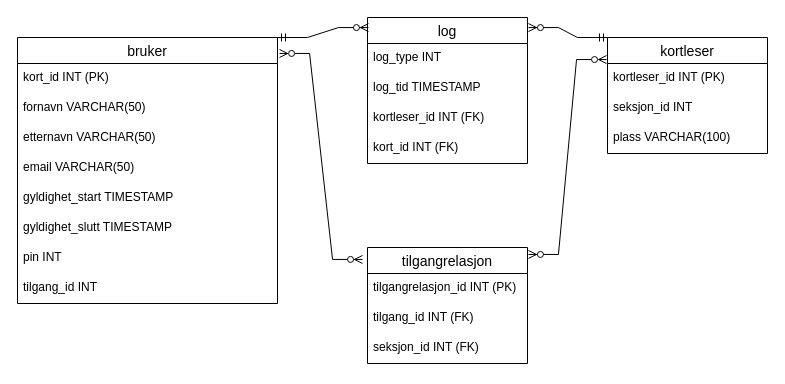
This is adgangskontroller_DB/adgangskontroller-ER-needswork.drawio from Le5ule/Adgangskontroll, a draw.io file, before an edit. Source tidied: cells renumbered, new cells numbered last; positions are measured from the earlier drawing's top-left corner, leaving out a move shared by most shapes. Both pictures are drawn from the tidied source at 100%, with x=0, y=0 at pixel (17, 17).
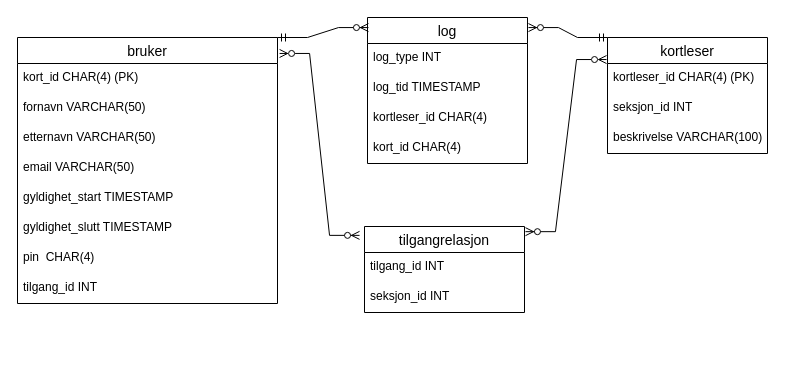
Above is the later version.

Unchanged cells that the change refers to:
```xml
<mxCell id="2" value="bruker" style="swimlane;fontStyle=0;horizontal=1;startSize=26;align=center;fontSize=14;" parent="1" vertex="1">
  <mxGeometry y="20" width="260" height="266" as="geometry" />
</mxCell>
<mxCell id="11" value="log" style="swimlane;fontStyle=0;horizontal=1;startSize=26;align=center;fontSize=14;" parent="1" vertex="1">
  <mxGeometry x="350" width="160" height="146" as="geometry" />
</mxCell>
<mxCell id="20" value="kortleser" style="swimlane;fontStyle=0;horizontal=1;startSize=26;align=center;fontSize=14;" parent="1" vertex="1">
  <mxGeometry x="590" y="20" width="160" height="116" as="geometry" />
</mxCell>
```

What changed in the source:
```diff
@@
-    <mxCell id="3" value="kort_id INT (PK)" style="text;strokeColor=none;fillColor=none;spacingLeft=4;spacingRight=4;overflow=hidden;fontSize=12;whiteSpace=wrap;html=1;" parent="2" vertex="1">
+    <mxCell id="3" value="kort_id CHAR(4) (PK)" style="text;strokeColor=none;fillColor=none;spacingLeft=4;spacingRight=4;overflow=hidden;fontSize=12;whiteSpace=wrap;html=1;" parent="2" vertex="1">
       <mxGeometry y="26" width="260" height="30" as="geometry" />
     </mxCell>
@@
-    <mxCell id="9" value="pin INT" style="text;strokeColor=none;fillColor=none;spacingLeft=4;spacingRight=4;overflow=hidden;fontSize=12;whiteSpace=wrap;html=1;" parent="2" vertex="1">
+    <mxCell id="9" value="pin&amp;nbsp; CHAR(4)" style="text;strokeColor=none;fillColor=none;spacingLeft=4;spacingRight=4;overflow=hidden;fontSize=12;whiteSpace=wrap;html=1;" parent="2" vertex="1">
       <mxGeometry y="206" width="260" height="30" as="geometry" />
     </mxCell>
@@
-    <mxCell id="14" value="kortleser_id INT (FK)" style="text;strokeColor=none;fillColor=none;spacingLeft=4;spacingRight=4;overflow=hidden;fontSize=12;whiteSpace=wrap;html=1;" parent="11" vertex="1">
+    <mxCell id="14" value="kortleser_id CHAR(4)" style="text;strokeColor=none;fillColor=none;spacingLeft=4;spacingRight=4;overflow=hidden;fontSize=12;whiteSpace=wrap;html=1;" parent="11" vertex="1">
       <mxGeometry y="86" width="160" height="30" as="geometry" />
     </mxCell>
-    <mxCell id="15" value="kort_id INT (FK)" style="text;strokeColor=none;fillColor=none;spacingLeft=4;spacingRight=4;overflow=hidden;fontSize=12;whiteSpace=wrap;html=1;" parent="11" vertex="1">
+    <mxCell id="15" value="kort_id CHAR(4)" style="text;strokeColor=none;fillColor=none;spacingLeft=4;spacingRight=4;overflow=hidden;fontSize=12;whiteSpace=wrap;html=1;" parent="11" vertex="1">
       <mxGeometry y="116" width="160" height="30" as="geometry" />
     </mxCell>
     <mxCell id="16" value="tilgangrelasjon" style="swimlane;fontStyle=0;horizontal=1;startSize=26;align=center;fontSize=14;rounded=0;" parent="1" vertex="1">
-      <mxGeometry x="350" y="230" width="160" height="116" as="geometry" />
+      <mxGeometry x="347" y="209" width="160" height="86" as="geometry" />
     </mxCell>
-    <mxCell id="17" value="tilgangrelasjon_id INT (PK)" style="text;strokeColor=none;fillColor=none;spacingLeft=4;spacingRight=4;overflow=hidden;fontSize=12;whiteSpace=wrap;html=1;" parent="16" vertex="1">
-      <mxGeometry y="26" width="160" height="30" as="geometry" />
-    </mxCell>
-    <mxCell id="18" value="tilgang_id INT (FK)" style="text;strokeColor=none;fillColor=none;spacingLeft=4;spacingRight=4;overflow=hidden;fontSize=12;whiteSpace=wrap;html=1;" parent="16" vertex="1">
-      <mxGeometry y="56" width="160" height="30" as="geometry" />
+    <mxCell id="18" value="tilgang_id INT" style="text;strokeColor=none;fillColor=none;spacingLeft=4;spacingRight=4;overflow=hidden;fontSize=12;whiteSpace=wrap;html=1;" parent="16" vertex="1">
+      <mxGeometry y="26" width="160" height="30" as="geometry" />
     </mxCell>
-    <mxCell id="19" value="seksjon_id INT (FK)" style="text;strokeColor=none;fillColor=none;spacingLeft=4;spacingRight=4;overflow=hidden;fontSize=12;whiteSpace=wrap;html=1;" parent="16" vertex="1">
-      <mxGeometry y="86" width="160" height="30" as="geometry" />
+    <mxCell id="19" value="seksjon_id INT&amp;nbsp;" style="text;strokeColor=none;fillColor=none;spacingLeft=4;spacingRight=4;overflow=hidden;fontSize=12;whiteSpace=wrap;html=1;" parent="16" vertex="1">
+      <mxGeometry y="56" width="160" height="30" as="geometry" />
     </mxCell>
@@
-    <mxCell id="21" value="kortleser_id INT (PK)" style="text;strokeColor=none;fillColor=none;spacingLeft=4;spacingRight=4;overflow=hidden;fontSize=12;whiteSpace=wrap;html=1;" parent="20" vertex="1">
+    <mxCell id="21" value="kortleser_id CHAR(4) (PK)" style="text;strokeColor=none;fillColor=none;spacingLeft=4;spacingRight=4;overflow=hidden;fontSize=12;whiteSpace=wrap;html=1;" parent="20" vertex="1">
       <mxGeometry y="26" width="160" height="30" as="geometry" />
     </mxCell>
@@
-    <mxCell id="23" value="plass VARCHAR(100)" style="text;strokeColor=none;fillColor=none;spacingLeft=4;spacingRight=4;overflow=hidden;fontSize=12;whiteSpace=wrap;html=1;" parent="20" vertex="1">
+    <mxCell id="23" value="beskrivelse VARCHAR(100)" style="text;strokeColor=none;fillColor=none;spacingLeft=4;spacingRight=4;overflow=hidden;fontSize=12;whiteSpace=wrap;html=1;" parent="20" vertex="1">
       <mxGeometry y="86" width="160" height="30" as="geometry" />
     </mxCell>
```
